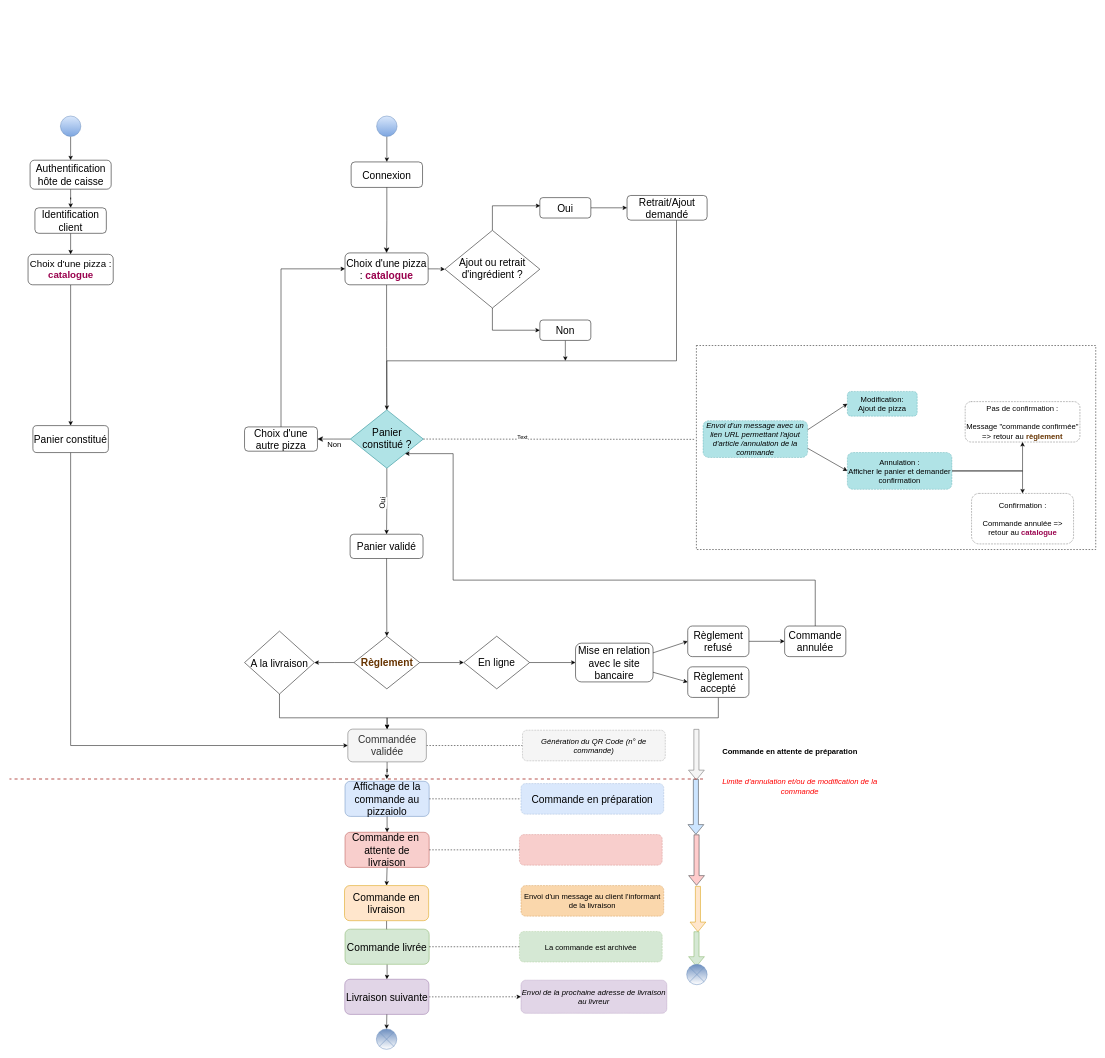
Before: Copy of Untitled Diagram.drawio in OMorlotti/P4-analyser-les-besoin-de-mon-client-pour-son-groupe-de-pizzerias, a draw.io diagram. Source tidied: cells renumbered, new cells numbered last; positions are measured from the earlier drawing's top-left corner, leaving out a move shared by most shapes. Both pictures are drawn from the tidied source at 51%, with x=0, y=0 at pixel (9, 9).
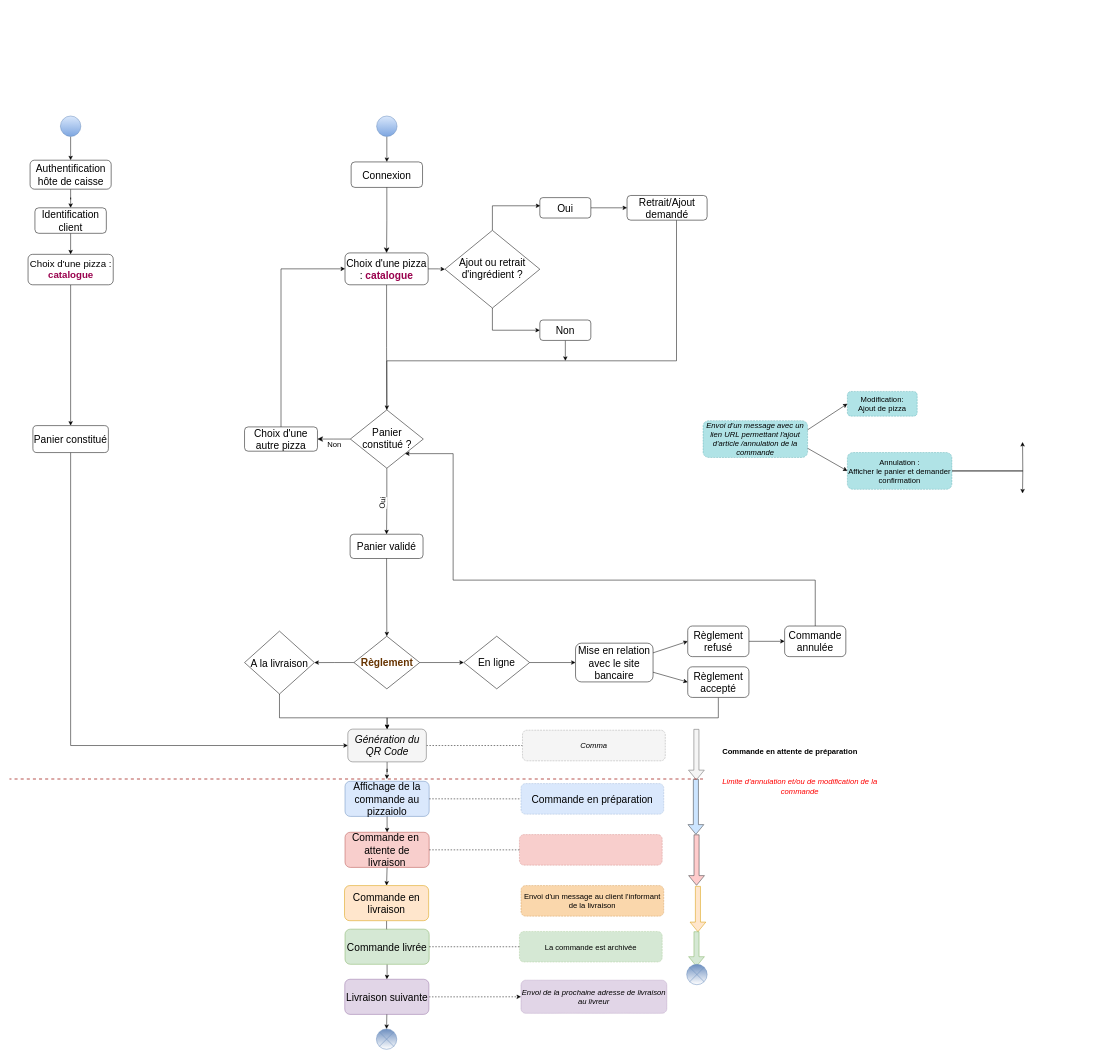
After the change.

Unchanged cells that the change refers to:
```xml
<mxCell id="54" value="&lt;font color=&quot;#000000&quot; style=&quot;font-size: 15px&quot;&gt;Annulation :&lt;br&gt;Afficher le panier et demander confirmation&lt;br&gt;&lt;/font&gt;" style="rounded=1;whiteSpace=wrap;html=1;dashed=1;dashPattern=1 2;fillColor=#b0e3e6;strokeColor=#0e8088;" parent="1" vertex="1">
  <mxGeometry x="1643" y="869.8" width="205" height="72.2" as="geometry" />
</mxCell>
```

Change to the diagram source:
```diff
@@
-    <mxCell id="8" value="&lt;font style=&quot;font-size: 20px&quot;&gt;&lt;font style=&quot;font-size: 20px&quot;&gt;Panier constitué ?&lt;/font&gt;&lt;/font&gt;" style="rhombus;whiteSpace=wrap;html=1;shadow=0;fontFamily=Helvetica;fontSize=12;align=center;strokeWidth=1;spacing=6;spacingTop=-4;fillColor=#b0e3e6;strokeColor=#0e8088;" parent="1" vertex="1">
+    <mxCell id="8" value="&lt;font style=&quot;font-size: 20px&quot;&gt;&lt;font style=&quot;font-size: 20px&quot;&gt;Panier constitué ?&lt;/font&gt;&lt;/font&gt;" style="rhombus;whiteSpace=wrap;html=1;shadow=0;fontFamily=Helvetica;fontSize=12;align=center;strokeWidth=1;spacing=6;spacingTop=-4;" parent="1" vertex="1">
       <mxGeometry x="668.5" y="786.2" width="143" height="114.4" as="geometry" />
     </mxCell>
@@
-    <mxCell id="26" value="&lt;font style=&quot;font-size: 20px&quot;&gt;Commandée validée&lt;/font&gt;" style="rounded=1;whiteSpace=wrap;html=1;direction=north;fillColor=#f5f5f5;strokeColor=#666666;fontColor=#333333;" parent="1" vertex="1">
+    <mxCell id="26" value="&lt;i style=&quot;color: rgb(0 , 0 , 0)&quot;&gt;&lt;font style=&quot;font-size: 20px&quot;&gt;Génération du QR Code&lt;/font&gt;&lt;/i&gt;" style="rounded=1;whiteSpace=wrap;html=1;direction=north;fillColor=#f5f5f5;strokeColor=#666666;fontColor=#333333;" parent="1" vertex="1">
       <mxGeometry x="663.5" y="1412.1" width="154" height="64.3" as="geometry" />
     </mxCell>
@@
-    <mxCell id="50" value="&lt;i&gt;&lt;font style=&quot;font-size: 15px&quot;&gt;Génération du QR Code (n° de commande)&lt;/font&gt;&lt;/i&gt;" style="rounded=1;whiteSpace=wrap;html=1;direction=north;fillColor=#F5F5F5;strokeColor=#666666;dashed=1;dashPattern=1 2;" parent="1" vertex="1">
+    <mxCell id="50" value="&lt;i&gt;&lt;font style=&quot;font-size: 15px&quot;&gt;Comma&lt;/font&gt;&lt;/i&gt;" style="rounded=1;whiteSpace=wrap;html=1;direction=north;fillColor=#F5F5F5;strokeColor=#666666;dashed=1;dashPattern=1 2;" parent="1" vertex="1">
       <mxGeometry x="1006" y="1414.3" width="280" height="60" as="geometry" />
     </mxCell>
@@
-    <mxCell id="52" style="edgeStyle=orthogonalEdgeStyle;rounded=0;jettySize=auto;html=1;startArrow=none;startFill=0;endArrow=classic;endFill=1;" parent="1" edge="1" source="54" target="56">
-      <mxGeometry relative="1" as="geometry" />
+    <mxCell id="52" style="edgeStyle=orthogonalEdgeStyle;rounded=0;jettySize=auto;html=1;startArrow=none;startFill=0;endArrow=classic;endFill=1;" parent="1" edge="1" source="54">
+      <mxGeometry relative="1" as="geometry">
+        <mxPoint x="1986.5" y="950" as="targetPoint" />
+      </mxGeometry>
     </mxCell>
-    <mxCell id="53" style="edgeStyle=orthogonalEdgeStyle;rounded=0;jettySize=auto;html=1;startArrow=none;startFill=0;endArrow=classic;endFill=1;" parent="1" edge="1" source="54" target="55">
-      <mxGeometry relative="1" as="geometry" />
+    <mxCell id="53" style="edgeStyle=orthogonalEdgeStyle;rounded=0;jettySize=auto;html=1;startArrow=none;startFill=0;endArrow=classic;endFill=1;" parent="1" edge="1" source="54">
+      <mxGeometry relative="1" as="geometry">
+        <mxPoint x="1986.5" y="849.2" as="targetPoint" />
+      </mxGeometry>
     </mxCell>
@@
-    <mxCell id="55" value="&lt;font style=&quot;font-size: 15px&quot;&gt;&lt;font color=&quot;#000000&quot;&gt;Pas de confirmation :&lt;/font&gt;&lt;br&gt;&lt;br&gt;&lt;font color=&quot;#000000&quot;&gt;Message &quot;commande confirmée&quot; =&amp;gt; retour au &lt;/font&gt;&lt;b&gt;&lt;font color=&quot;#663300&quot;&gt;règlement&lt;/font&gt;&lt;/b&gt;&lt;br&gt;&lt;/font&gt;" style="rounded=1;whiteSpace=wrap;html=1;fontColor=#FF99CC;dashed=1;dashPattern=1 2;" parent="1" vertex="1">
-      <mxGeometry x="1874" y="770" width="225" height="79.2" as="geometry" />
-    </mxCell>
-    <mxCell id="56" value="&lt;font color=&quot;#000000&quot; style=&quot;font-size: 15px&quot;&gt;Confirmation :&lt;br&gt;&lt;br&gt;Commande annulée =&amp;gt; retour au &lt;/font&gt;&lt;font style=&quot;font-size: 15px&quot;&gt;&lt;font color=&quot;#99004d&quot;&gt;&lt;b&gt;catalogue&lt;/b&gt;&lt;/font&gt;&lt;br&gt;&lt;/font&gt;" style="rounded=1;whiteSpace=wrap;html=1;fontColor=#FF99CC;dashed=1;dashPattern=1 2;" parent="1" vertex="1">
-      <mxGeometry x="1886.5" y="950" width="200" height="99" as="geometry" />
-    </mxCell>
@@
-    <mxCell id="91" style="endArrow=none;html=1;entryX=-0.003;entryY=0.46;entryDx=0;entryDy=0;exitX=1;exitY=0.5;exitDx=0;exitDy=0;endFill=0;dashed=1;entryPerimeter=0;" parent="1" edge="1" source="8" target="95">
-      <mxGeometry relative="1" as="geometry" />
-    </mxCell>
-    <mxCell id="92" value="Text" style="edgeLabel;html=1;align=center;verticalAlign=middle;fontColor=#000000;" parent="91" vertex="1">
-      <mxGeometry x="-0.27" y="5" relative="1" as="geometry">
-        <mxPoint x="-1" as="offset" />
-      </mxGeometry>
-    </mxCell>
@@
-    <mxCell id="95" style="rounded=0;whiteSpace=wrap;html=1;dashed=1;fillColor=none;" parent="1" vertex="1">
-      <mxGeometry x="1347" y="660" width="783" height="400" as="geometry" />
-    </mxCell>
```
